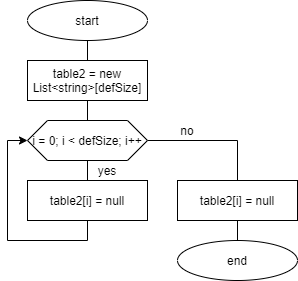
Earlier version of the draw.io export labs/lab7/Блоксхеми/AddHashTable.png (Bronson-o/ads-Tovstyga-kp02). Source tidied: cells renumbered, new cells last; positions are measured from the earlier drawing's top-left corner, leaving out a move shared by most shapes.
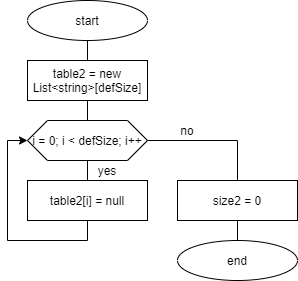
The same diagram one commit later.

The edit, as a diff of the source:
```diff
@@ -41,7 +41,7 @@
     <mxCell id="14" style="edgeStyle=orthogonalEdgeStyle;rounded=0;jettySize=auto;html=1;exitX=0.5;exitY=1;exitDx=0;exitDy=0;entryX=0.5;entryY=0;entryDx=0;entryDy=0;endArrow=none;endFill=0;" parent="1" edge="1" source="15" target="4">
       <mxGeometry relative="1" as="geometry" />
     </mxCell>
-    <mxCell id="15" value="table2[i] = null" style="rounded=0;whiteSpace=wrap;html=1;" parent="1" vertex="1">
+    <mxCell id="15" value="size2 = 0" style="rounded=0;whiteSpace=wrap;html=1;" parent="1" vertex="1">
       <mxGeometry x="150" y="180" width="120" height="40" as="geometry" />
     </mxCell>
   </root>
```
